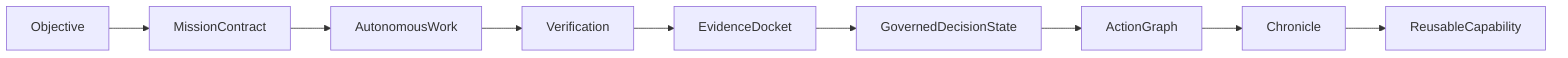
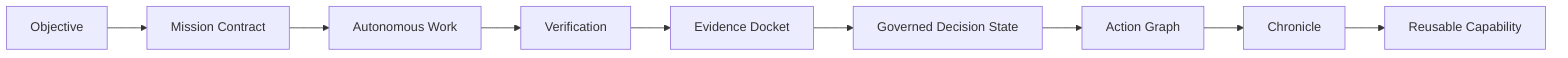
flowchart LR
-   Objective-->MissionContract-->AutonomousWork-->Verification-->EvidenceDocket-->GovernedDecisionState-->ActionGraph-->Chronicle-->ReusableCapability
+   n0["Objective"] --> n1["Mission Contract"]
+   n1["Mission Contract"] --> n2["Autonomous Work"]
+   n2["Autonomous Work"] --> n3["Verification"]
+   n3["Verification"] --> n4["Evidence Docket"]
+   n4["Evidence Docket"] --> n5["Governed Decision State"]
+   n5["Governed Decision State"] --> n6["Action Graph"]
+   n6["Action Graph"] --> n7["Chronicle"]
+   n7["Chronicle"] --> n8["Reusable Capability"]
